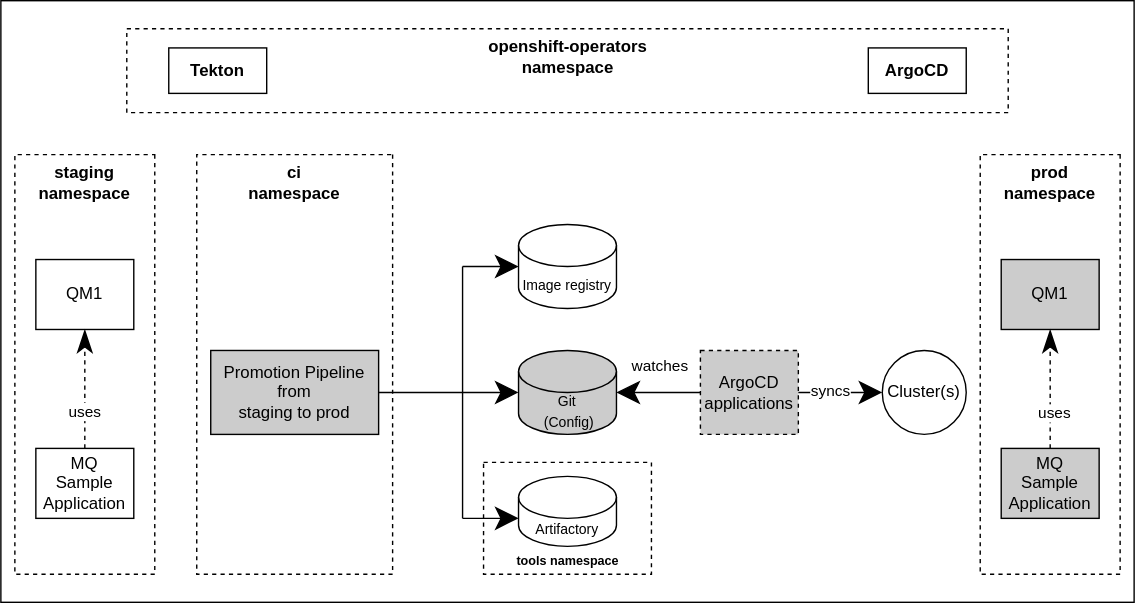
IBM/production-gitops keeps this draw.io diagram as guides/cp4i/mq/cloud-native/images/mq_stage_to_prod_pipeline.drawio.svg. Above is the earlier version. Source tidied: cells renumbered, new cells last; positions are measured from the earlier drawing's top-left corner, leaving out a move shared by most shapes. Source of this version:
```xml
<mxGraphModel>
  <root>
    <mxCell id="0" />
    <mxCell id="1" parent="0" />
    <mxCell id="2" style="rounded=0;whiteSpace=wrap;html=1;hachureGap=4;fillColor=#FFFFFF;" parent="1" vertex="1">
      <mxGeometry width="810" height="430" as="geometry" />
    </mxCell>
    <mxCell id="3" style="rounded=0;whiteSpace=wrap;html=1;hachureGap=4;dashed=1;" parent="1" vertex="1">
      <mxGeometry x="345" y="330" width="120" height="80" as="geometry" />
    </mxCell>
    <mxCell id="4" style="rounded=0;whiteSpace=wrap;html=1;hachureGap=4;direction=south;dashed=1;" parent="1" vertex="1">
      <mxGeometry x="10" y="110" width="100" height="300" as="geometry" />
    </mxCell>
    <mxCell id="5" style="rounded=0;whiteSpace=wrap;html=1;hachureGap=4;direction=south;dashed=1;" parent="1" vertex="1">
      <mxGeometry x="700" y="110" width="100" height="300" as="geometry" />
    </mxCell>
    <mxCell id="6" value="MQ &lt;br&gt;Sample Application" style="rounded=0;whiteSpace=wrap;html=1;hachureGap=4;" parent="1" vertex="1">
      <mxGeometry x="25" y="320" width="70" height="50" as="geometry" />
    </mxCell>
    <mxCell id="7" value="QM1" style="rounded=0;whiteSpace=wrap;html=1;hachureGap=4;" parent="1" vertex="1">
      <mxGeometry x="25" y="185" width="70" height="50" as="geometry" />
    </mxCell>
    <mxCell id="8" value="&lt;b&gt;staging&lt;br&gt;namespace&lt;br&gt;&lt;/b&gt;" style="text;html=1;strokeColor=none;fillColor=none;align=center;verticalAlign=middle;whiteSpace=wrap;rounded=0;hachureGap=4;" parent="1" vertex="1">
      <mxGeometry x="40" y="120" width="40" height="20" as="geometry" />
    </mxCell>
    <mxCell id="9" value="&lt;b&gt;prod namespace&lt;br&gt;&lt;/b&gt;" style="text;html=1;strokeColor=none;fillColor=none;align=center;verticalAlign=middle;whiteSpace=wrap;rounded=0;hachureGap=4;" parent="1" vertex="1">
      <mxGeometry x="730" y="120" width="40" height="20" as="geometry" />
    </mxCell>
    <mxCell id="10" value="QM1" style="rounded=0;whiteSpace=wrap;html=1;hachureGap=4;fillColor=#CCCCCC;" parent="1" vertex="1">
      <mxGeometry x="715" y="185" width="70" height="50" as="geometry" />
    </mxCell>
    <mxCell id="11" value="MQ &lt;br&gt;Sample Application" style="rounded=0;whiteSpace=wrap;html=1;hachureGap=4;fillColor=#CCCCCC;" parent="1" vertex="1">
      <mxGeometry x="715" y="320" width="70" height="50" as="geometry" />
    </mxCell>
    <mxCell id="12" style="endArrow=classicThin;html=1;startSize=14;endSize=14;sourcePerimeterSpacing=8;targetPerimeterSpacing=8;exitX=0.5;exitY=0;exitDx=0;exitDy=0;entryX=0.5;entryY=1;entryDx=0;entryDy=0;dashed=1;endFill=1;" parent="1" edge="1" source="6" target="7">
      <mxGeometry relative="1" as="geometry" />
    </mxCell>
    <mxCell id="13" value="uses" style="edgeLabel;html=1;align=center;verticalAlign=middle;" parent="12" vertex="1">
      <mxGeometry x="-0.36" y="1" relative="1" as="geometry" />
    </mxCell>
    <mxCell id="14" style="endArrow=classicThin;html=1;startSize=14;endSize=14;sourcePerimeterSpacing=8;targetPerimeterSpacing=8;exitX=0.5;exitY=0;exitDx=0;exitDy=0;entryX=0.5;entryY=1;entryDx=0;entryDy=0;dashed=1;endFill=1;" parent="1" edge="1" source="11" target="10">
      <mxGeometry relative="1" as="geometry" />
    </mxCell>
    <mxCell id="15" value="uses" style="edgeLabel;html=1;align=center;verticalAlign=middle;" parent="14" vertex="1">
      <mxGeometry x="-0.4" y="-1" relative="1" as="geometry">
        <mxPoint x="1" as="offset" />
      </mxGeometry>
    </mxCell>
    <mxCell id="16" style="rounded=0;whiteSpace=wrap;html=1;hachureGap=4;direction=south;dashed=1;" parent="1" vertex="1">
      <mxGeometry x="140" y="110" width="140" height="300" as="geometry" />
    </mxCell>
    <mxCell id="17" value="&lt;b&gt;ci namespace&lt;br&gt;&lt;/b&gt;" style="text;html=1;strokeColor=none;fillColor=none;align=center;verticalAlign=middle;whiteSpace=wrap;rounded=0;hachureGap=4;" parent="1" vertex="1">
      <mxGeometry x="190" y="120" width="40" height="20" as="geometry" />
    </mxCell>
    <mxCell id="18" value="Promotion Pipeline from &lt;br&gt;staging to prod" style="rounded=0;whiteSpace=wrap;html=1;hachureGap=4;fillColor=#CCCCCC;" parent="1" vertex="1">
      <mxGeometry x="150" y="250" width="120" height="60" as="geometry" />
    </mxCell>
    <mxCell id="19" style="rounded=0;whiteSpace=wrap;html=1;hachureGap=4;dashed=1;" parent="1" vertex="1">
      <mxGeometry x="90" y="20" width="630" height="60" as="geometry" />
    </mxCell>
    <mxCell id="20" value="&lt;b&gt;openshift-operators namespace&lt;br&gt;&lt;/b&gt;" style="text;html=1;strokeColor=none;fillColor=none;align=center;verticalAlign=middle;whiteSpace=wrap;rounded=0;hachureGap=4;" parent="1" vertex="1">
      <mxGeometry x="326.5" y="30" width="157" height="20" as="geometry" />
    </mxCell>
    <mxCell id="21" value="&lt;b&gt;Tekton&lt;/b&gt;" style="rounded=0;whiteSpace=wrap;html=1;hachureGap=4;fillColor=#FFFFFF;" parent="1" vertex="1">
      <mxGeometry x="120" y="33.8" width="70" height="32.5" as="geometry" />
    </mxCell>
    <mxCell id="22" value="&lt;b&gt;ArgoCD&lt;/b&gt;" style="rounded=0;whiteSpace=wrap;html=1;hachureGap=4;" parent="1" vertex="1">
      <mxGeometry x="620" y="33.8" width="70" height="32.5" as="geometry" />
    </mxCell>
    <mxCell id="23" value="&lt;font style=&quot;font-size: 10px&quot;&gt;Git&lt;br&gt;&amp;nbsp;(Config)&lt;/font&gt;" style="shape=cylinder3;whiteSpace=wrap;html=1;boundedLbl=1;backgroundOutline=1;size=15;hachureGap=4;fillColor=#CCCCCC;" parent="1" vertex="1">
      <mxGeometry x="370" y="250" width="70" height="60" as="geometry" />
    </mxCell>
    <mxCell id="24" value="&lt;font style=&quot;font-size: 10px&quot;&gt;Image registry&lt;/font&gt;" style="shape=cylinder3;whiteSpace=wrap;html=1;boundedLbl=1;backgroundOutline=1;size=15;hachureGap=4;" parent="1" vertex="1">
      <mxGeometry x="370" y="160" width="70" height="60" as="geometry" />
    </mxCell>
    <mxCell id="25" value="&lt;font style=&quot;font-size: 10px&quot;&gt;Artifactory&lt;/font&gt;" style="shape=cylinder3;whiteSpace=wrap;html=1;boundedLbl=1;backgroundOutline=1;size=15;hachureGap=4;" parent="1" vertex="1">
      <mxGeometry x="370" y="340" width="70" height="50" as="geometry" />
    </mxCell>
    <mxCell id="26" value="&lt;b style=&quot;font-size: 9px&quot;&gt;tools namespace&lt;/b&gt;" style="text;html=1;strokeColor=none;fillColor=none;align=center;verticalAlign=middle;whiteSpace=wrap;rounded=0;dashed=1;hachureGap=4;" parent="1" vertex="1">
      <mxGeometry x="322.5" y="390" width="165" height="20" as="geometry" />
    </mxCell>
    <mxCell id="27" style="endArrow=none;html=1;startSize=14;endSize=14;sourcePerimeterSpacing=8;targetPerimeterSpacing=8;" parent="1" edge="1">
      <mxGeometry relative="1" as="geometry">
        <mxPoint x="330" y="370" as="sourcePoint" />
        <mxPoint x="330" y="190" as="targetPoint" />
      </mxGeometry>
    </mxCell>
    <mxCell id="28" style="endArrow=none;html=1;startSize=14;endSize=14;sourcePerimeterSpacing=8;targetPerimeterSpacing=8;exitX=1;exitY=0.5;exitDx=0;exitDy=0;" parent="1" edge="1" source="18">
      <mxGeometry relative="1" as="geometry">
        <mxPoint x="330" y="280" as="targetPoint" />
      </mxGeometry>
    </mxCell>
    <mxCell id="29" style="endArrow=classic;html=1;startSize=14;endSize=14;sourcePerimeterSpacing=8;targetPerimeterSpacing=8;entryX=0;entryY=0.5;entryDx=0;entryDy=0;entryPerimeter=0;endFill=1;rounded=0;strokeWidth=1;" parent="1" edge="1" target="24">
      <mxGeometry relative="1" as="geometry">
        <mxPoint x="330" y="190" as="sourcePoint" />
      </mxGeometry>
    </mxCell>
    <mxCell id="30" style="endArrow=classic;html=1;startSize=14;endSize=14;sourcePerimeterSpacing=8;targetPerimeterSpacing=8;entryX=0;entryY=0;entryDx=0;entryDy=30;entryPerimeter=0;endFill=1;" parent="1" edge="1" target="25">
      <mxGeometry relative="1" as="geometry">
        <mxPoint x="330" y="370" as="sourcePoint" />
      </mxGeometry>
    </mxCell>
    <mxCell id="31" style="endArrow=classic;html=1;startSize=14;endSize=14;sourcePerimeterSpacing=8;targetPerimeterSpacing=8;strokeWidth=1;entryX=0;entryY=0.5;entryDx=0;entryDy=0;entryPerimeter=0;" parent="1" edge="1" target="23">
      <mxGeometry relative="1" as="geometry">
        <mxPoint x="330" y="280" as="sourcePoint" />
      </mxGeometry>
    </mxCell>
    <mxCell id="32" value="ArgoCD applications" style="rounded=0;whiteSpace=wrap;html=1;dashed=1;hachureGap=4;fillColor=#CCCCCC;" parent="1" vertex="1">
      <mxGeometry x="500" y="250" width="70" height="60" as="geometry" />
    </mxCell>
    <mxCell id="33" style="endArrow=classic;html=1;startSize=14;endSize=14;sourcePerimeterSpacing=8;targetPerimeterSpacing=8;strokeWidth=1;exitX=0;exitY=0.5;exitDx=0;exitDy=0;entryX=1;entryY=0.5;entryDx=0;entryDy=0;entryPerimeter=0;" parent="1" edge="1" source="32" target="23">
      <mxGeometry relative="1" as="geometry" />
    </mxCell>
    <mxCell id="34" value="watches" style="edgeLabel;html=1;align=center;verticalAlign=middle;" parent="33" vertex="1">
      <mxGeometry x="0.3" relative="1" as="geometry">
        <mxPoint x="9" y="-20" as="offset" />
      </mxGeometry>
    </mxCell>
    <mxCell id="35" value="Cluster(s)" style="ellipse;whiteSpace=wrap;html=1;hachureGap=4;" parent="1" vertex="1">
      <mxGeometry x="630" y="250" width="60" height="60" as="geometry" />
    </mxCell>
    <mxCell id="36" style="endArrow=classic;html=1;startSize=14;endSize=14;sourcePerimeterSpacing=8;targetPerimeterSpacing=8;strokeWidth=1;entryX=0;entryY=0.5;entryDx=0;entryDy=0;exitX=1;exitY=0.5;exitDx=0;exitDy=0;" parent="1" edge="1" source="32" target="35">
      <mxGeometry relative="1" as="geometry" />
    </mxCell>
    <mxCell id="37" value="syncs" style="edgeLabel;html=1;align=center;verticalAlign=middle;" parent="36" vertex="1">
      <mxGeometry x="-0.27" y="2" relative="1" as="geometry" />
    </mxCell>
  </root>
</mxGraphModel>
```
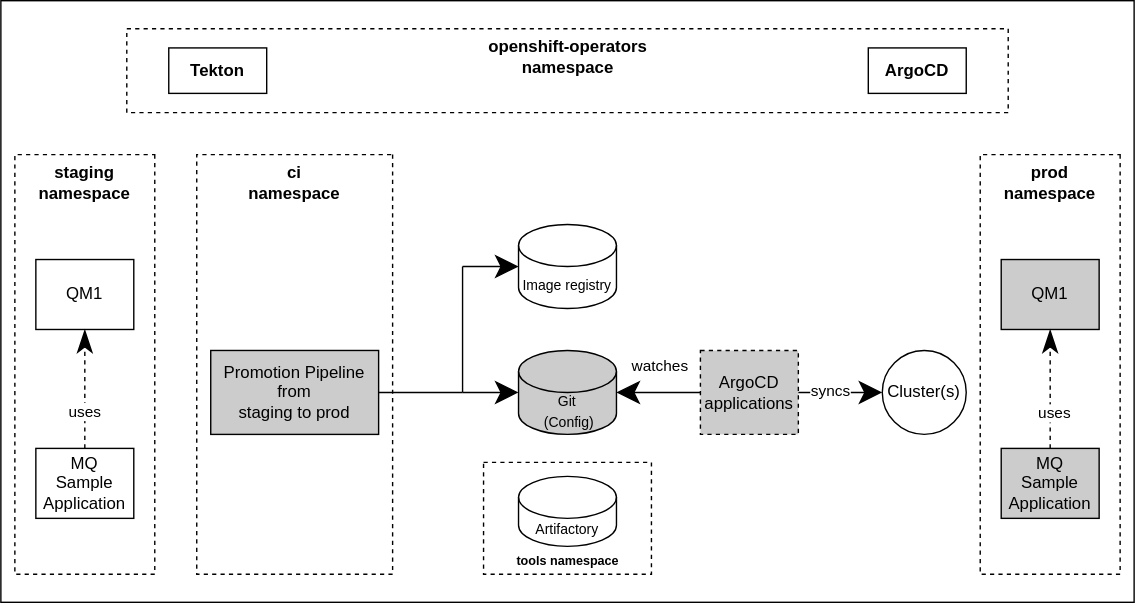
After the commit.

What changed in the source:
```diff
@@ -81,7 +81,7 @@
     </mxCell>
     <mxCell id="27" style="endArrow=none;html=1;startSize=14;endSize=14;sourcePerimeterSpacing=8;targetPerimeterSpacing=8;" parent="1" edge="1">
       <mxGeometry relative="1" as="geometry">
-        <mxPoint x="330" y="370" as="sourcePoint" />
+        <mxPoint x="330" y="280" as="sourcePoint" />
         <mxPoint x="330" y="190" as="targetPoint" />
       </mxGeometry>
     </mxCell>
@@ -95,11 +95,6 @@
         <mxPoint x="330" y="190" as="sourcePoint" />
       </mxGeometry>
     </mxCell>
-    <mxCell id="30" style="endArrow=classic;html=1;startSize=14;endSize=14;sourcePerimeterSpacing=8;targetPerimeterSpacing=8;entryX=0;entryY=0;entryDx=0;entryDy=30;entryPerimeter=0;endFill=1;" parent="1" edge="1" target="25">
-      <mxGeometry relative="1" as="geometry">
-        <mxPoint x="330" y="370" as="sourcePoint" />
-      </mxGeometry>
-    </mxCell>
     <mxCell id="31" style="endArrow=classic;html=1;startSize=14;endSize=14;sourcePerimeterSpacing=8;targetPerimeterSpacing=8;strokeWidth=1;entryX=0;entryY=0.5;entryDx=0;entryDy=0;entryPerimeter=0;" parent="1" edge="1" target="23">
       <mxGeometry relative="1" as="geometry">
         <mxPoint x="330" y="280" as="sourcePoint" />
```
